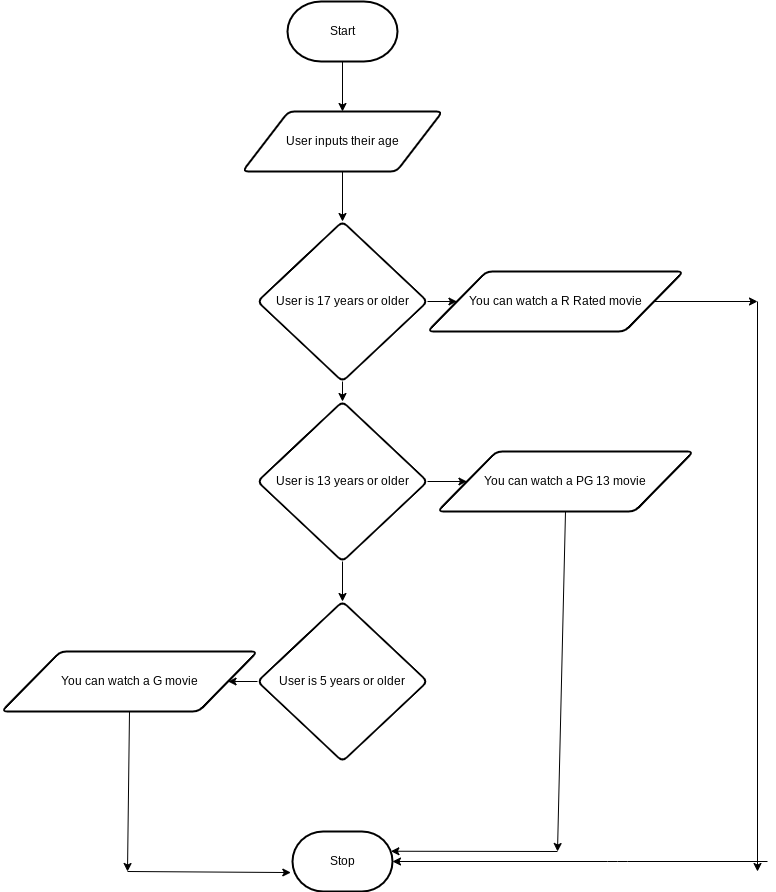
joannesanthosh/ICS20-Unit5-03-HTML keeps this draw.io diagram as design/flowchart.png. Above is the earlier version. Source tidied: cells renumbered, new cells last; positions are measured from the earlier drawing's top-left corner, leaving out a move shared by most shapes.
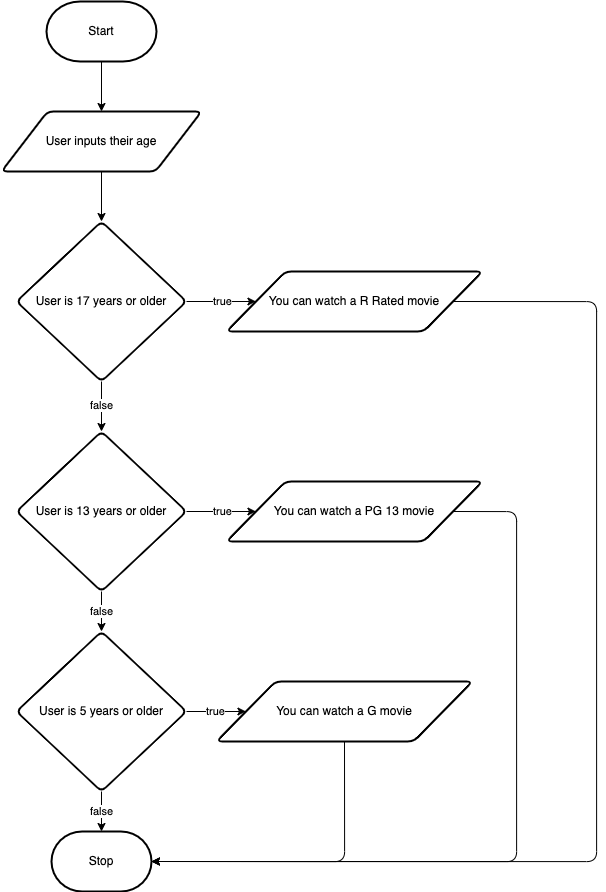
The same diagram one commit later.

Change to the diagram source:
```diff
@@ -17,77 +17,60 @@
     <mxCell id="6" value="Stop" style="strokeWidth=2;html=1;shape=mxgraph.flowchart.terminator;whiteSpace=wrap;" parent="1" vertex="1">
       <mxGeometry x="291" y="830" width="100" height="60" as="geometry" />
     </mxCell>
-    <mxCell id="7" style="edgeStyle=none;html=1;exitX=0.5;exitY=1;exitDx=0;exitDy=0;entryX=0.5;entryY=0;entryDx=0;entryDy=0;" parent="1" edge="1" source="9" target="12">
+    <mxCell id="7" value="false" style="edgeStyle=none;html=1;exitX=0.5;exitY=1;exitDx=0;exitDy=0;entryX=0.5;entryY=0;entryDx=0;entryDy=0;" parent="1" edge="1" source="9" target="12">
       <mxGeometry relative="1" as="geometry" />
     </mxCell>
-    <mxCell id="8" style="edgeStyle=none;html=1;exitX=1;exitY=0.5;exitDx=0;exitDy=0;" parent="1" edge="1" source="9" target="16">
+    <mxCell id="8" value="true" style="edgeStyle=none;html=1;exitX=1;exitY=0.5;exitDx=0;exitDy=0;" parent="1" edge="1" source="9" target="16">
       <mxGeometry relative="1" as="geometry" />
     </mxCell>
     <mxCell id="9" value="User is 17 years or older" style="rhombus;whiteSpace=wrap;html=1;strokeWidth=2;rounded=1;arcSize=12;" parent="1" vertex="1">
       <mxGeometry x="256" y="220" width="170" height="160" as="geometry" />
     </mxCell>
-    <mxCell id="10" style="edgeStyle=none;html=1;exitX=0.5;exitY=1;exitDx=0;exitDy=0;entryX=0.5;entryY=0;entryDx=0;entryDy=0;" parent="1" edge="1" source="12" target="14">
+    <mxCell id="10" value="false" style="edgeStyle=none;html=1;exitX=0.5;exitY=1;exitDx=0;exitDy=0;entryX=0.5;entryY=0;entryDx=0;entryDy=0;" parent="1" edge="1" source="12" target="14">
       <mxGeometry relative="1" as="geometry" />
     </mxCell>
-    <mxCell id="11" style="edgeStyle=none;html=1;exitX=1;exitY=0.5;exitDx=0;exitDy=0;" parent="1" edge="1" source="12" target="18">
+    <mxCell id="11" value="true" style="edgeStyle=none;html=1;exitX=1;exitY=0.5;exitDx=0;exitDy=0;" parent="1" edge="1" source="12" target="18">
       <mxGeometry relative="1" as="geometry" />
     </mxCell>
     <mxCell id="12" value="User is 13 years or older" style="rhombus;whiteSpace=wrap;html=1;strokeWidth=2;rounded=1;arcSize=12;" parent="1" vertex="1">
-      <mxGeometry x="256" y="400" width="170" height="160" as="geometry" />
+      <mxGeometry x="256" y="430" width="170" height="160" as="geometry" />
     </mxCell>
-    <mxCell id="13" style="edgeStyle=none;html=1;exitX=0;exitY=0.5;exitDx=0;exitDy=0;entryX=1;entryY=0.5;entryDx=0;entryDy=0;" parent="1" edge="1" source="14" target="20">
+    <mxCell id="13" value="true" style="edgeStyle=none;html=1;exitX=1;exitY=0.5;exitDx=0;exitDy=0;entryX=0;entryY=0.5;entryDx=0;entryDy=0;" parent="1" edge="1" source="14" target="20">
       <mxGeometry relative="1" as="geometry" />
     </mxCell>
+    <mxCell id="25" value="false" style="edgeStyle=none;html=1;exitX=0.5;exitY=1;exitDx=0;exitDy=0;entryX=0.5;entryY=0;entryDx=0;entryDy=0;entryPerimeter=0;" parent="1" edge="1" source="14" target="6">
+      <mxGeometry relative="1" as="geometry" />
+    </mxCell>
     <mxCell id="14" value="User is 5 years or older" style="rhombus;whiteSpace=wrap;html=1;strokeWidth=2;rounded=1;arcSize=12;" parent="1" vertex="1">
-      <mxGeometry x="256" y="600" width="170" height="160" as="geometry" />
+      <mxGeometry x="256" y="630" width="170" height="160" as="geometry" />
     </mxCell>
-    <mxCell id="15" style="edgeStyle=none;html=1;exitX=1;exitY=0.5;exitDx=0;exitDy=0;" parent="1" edge="1" source="16">
-      <mxGeometry relative="1" as="geometry">
-        <mxPoint x="756" y="300" as="targetPoint" />
-      </mxGeometry>
-    </mxCell>
+    <mxCell id="26" style="edgeStyle=orthogonalEdgeStyle;html=1;exitX=1;exitY=0.5;exitDx=0;exitDy=0;entryX=1;entryY=0.5;entryDx=0;entryDy=0;entryPerimeter=0;" parent="1" edge="1" source="16" target="6">
+      <mxGeometry relative="1" as="geometry">
+        <Array as="points">
+          <mxPoint x="836" y="300" />
+          <mxPoint x="836" y="860" />
+        </Array>
+      </mxGeometry>
+    </mxCell>
     <mxCell id="16" value="You can watch a R Rated movie" style="shape=parallelogram;html=1;strokeWidth=2;perimeter=parallelogramPerimeter;whiteSpace=wrap;rounded=1;arcSize=12;size=0.23;" parent="1" vertex="1">
-      <mxGeometry x="426" y="270" width="256" height="60" as="geometry" />
+      <mxGeometry x="466" y="270" width="256" height="60" as="geometry" />
     </mxCell>
-    <mxCell id="17" style="edgeStyle=none;html=1;exitX=0.5;exitY=1;exitDx=0;exitDy=0;" parent="1" edge="1" source="18">
-      <mxGeometry relative="1" as="geometry">
-        <mxPoint x="556" y="850" as="targetPoint" />
-      </mxGeometry>
-    </mxCell>
+    <mxCell id="27" style="edgeStyle=orthogonalEdgeStyle;html=1;exitX=1;exitY=0.5;exitDx=0;exitDy=0;entryX=1;entryY=0.5;entryDx=0;entryDy=0;entryPerimeter=0;" parent="1" edge="1" source="18" target="6">
+      <mxGeometry relative="1" as="geometry">
+        <Array as="points">
+          <mxPoint x="756" y="510" />
+          <mxPoint x="756" y="860" />
+        </Array>
+      </mxGeometry>
+    </mxCell>
     <mxCell id="18" value="You can watch a PG 13 movie" style="shape=parallelogram;html=1;strokeWidth=2;perimeter=parallelogramPerimeter;whiteSpace=wrap;rounded=1;arcSize=12;size=0.23;" parent="1" vertex="1">
-      <mxGeometry x="436" y="450" width="256" height="60" as="geometry" />
+      <mxGeometry x="466" y="480" width="256" height="60" as="geometry" />
     </mxCell>
-    <mxCell id="19" style="edgeStyle=none;html=1;exitX=0.5;exitY=1;exitDx=0;exitDy=0;" parent="1" edge="1" source="20">
-      <mxGeometry relative="1" as="geometry">
-        <mxPoint x="126" y="870" as="targetPoint" />
-      </mxGeometry>
-    </mxCell>
+    <mxCell id="28" style="edgeStyle=orthogonalEdgeStyle;html=1;exitX=0.5;exitY=1;exitDx=0;exitDy=0;entryX=1;entryY=0.5;entryDx=0;entryDy=0;entryPerimeter=0;" parent="1" edge="1" source="20" target="6">
+      <mxGeometry relative="1" as="geometry" />
+    </mxCell>
     <mxCell id="20" value="You can watch a G movie" style="shape=parallelogram;html=1;strokeWidth=2;perimeter=parallelogramPerimeter;whiteSpace=wrap;rounded=1;arcSize=12;size=0.23;" parent="1" vertex="1">
-      <mxGeometry y="650" width="256" height="60" as="geometry" />
+      <mxGeometry x="456" y="680" width="256" height="60" as="geometry" />
     </mxCell>
-    <mxCell id="21" style="edgeStyle=none;html=1;entryX=-0.017;entryY=0.684;entryDx=0;entryDy=0;entryPerimeter=0;" parent="1" edge="1" target="6">
-      <mxGeometry relative="1" as="geometry">
-        <mxPoint x="126" y="870" as="sourcePoint" />
-      </mxGeometry>
-    </mxCell>
-    <mxCell id="22" style="edgeStyle=none;html=1;" parent="1" edge="1">
-      <mxGeometry relative="1" as="geometry">
-        <mxPoint x="756" y="300" as="sourcePoint" />
-        <mxPoint x="756" y="870" as="targetPoint" />
-      </mxGeometry>
-    </mxCell>
-    <mxCell id="23" style="edgeStyle=none;html=1;entryX=1;entryY=0.5;entryDx=0;entryDy=0;entryPerimeter=0;" parent="1" edge="1" target="6">
-      <mxGeometry relative="1" as="geometry">
-        <mxPoint x="766" y="860" as="sourcePoint" />
-        <Array as="points">
-          <mxPoint x="616" y="860" />
-        </Array>
-      </mxGeometry>
-    </mxCell>
-    <mxCell id="24" style="edgeStyle=none;html=1;entryX=0.984;entryY=0.329;entryDx=0;entryDy=0;entryPerimeter=0;" parent="1" edge="1" target="6">
-      <mxGeometry relative="1" as="geometry">
-        <mxPoint x="556" y="850" as="sourcePoint" />
-      </mxGeometry>
-    </mxCell>
   </root>
 </mxGraphModel>
```
